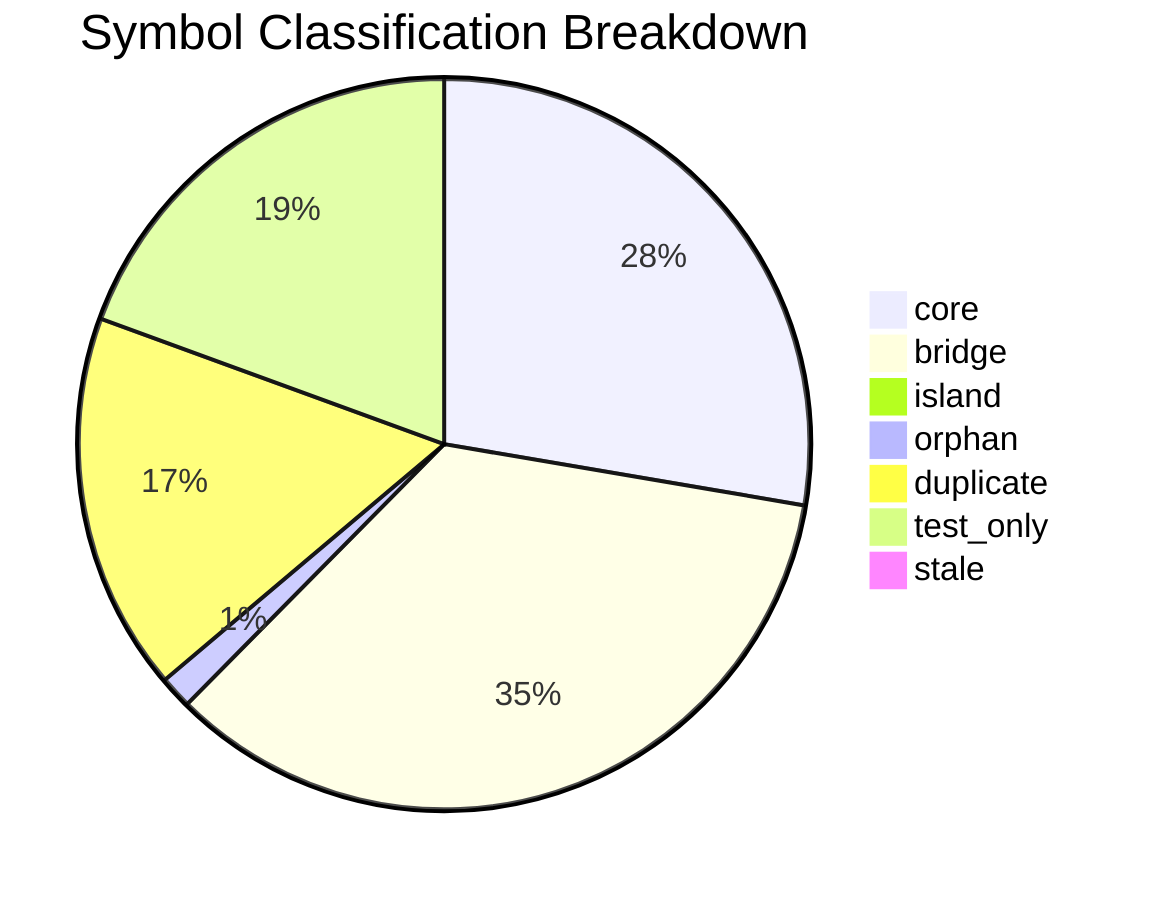
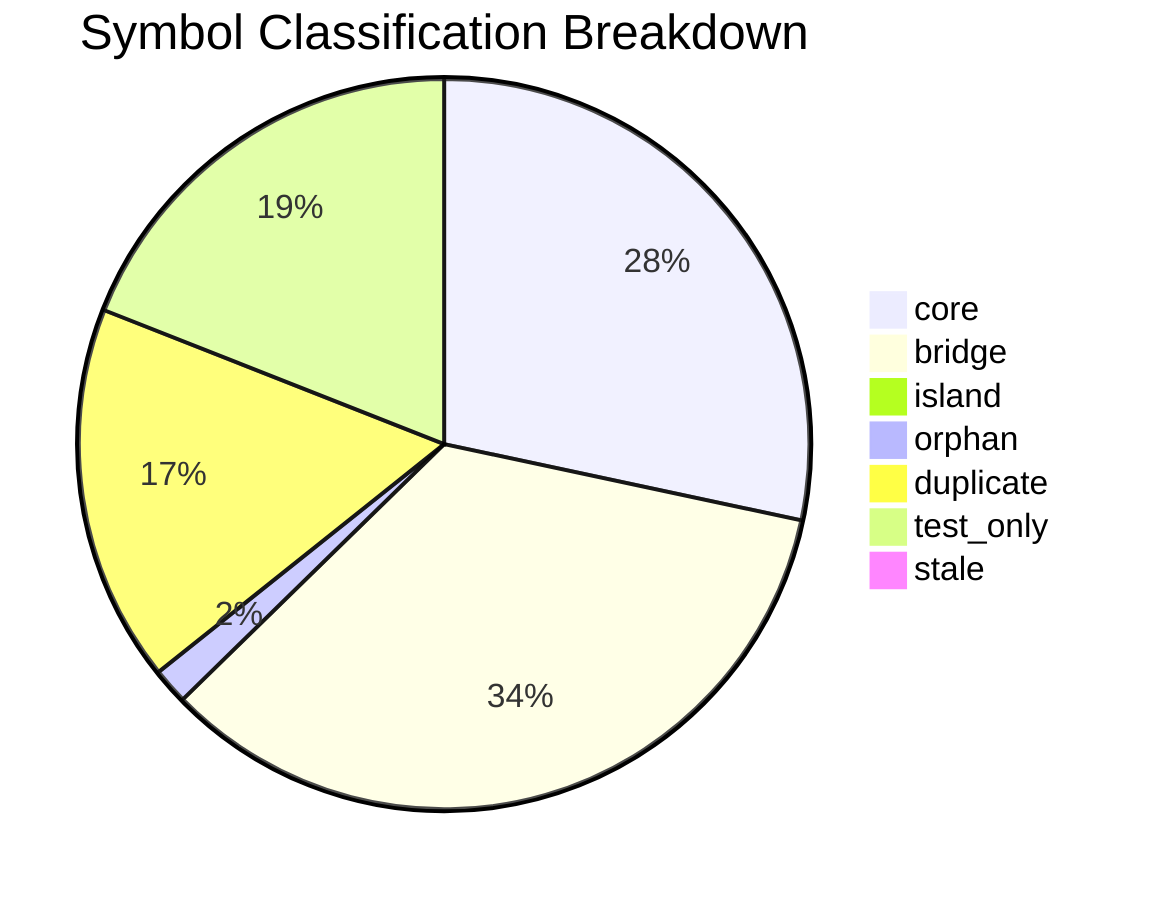
pie title Symbol Classification Breakdown
-   "core" : 4144
-   "bridge" : 5198
-   "island" : 22
-   "orphan" : 215
-   "duplicate" : 2504
-   "test_only" : 2908
+   "core" : 4267
+   "bridge" : 5170
+   "island" : 32
+   "orphan" : 240
+   "duplicate" : 2513
+   "test_only" : 2864
  "stale" : 0
